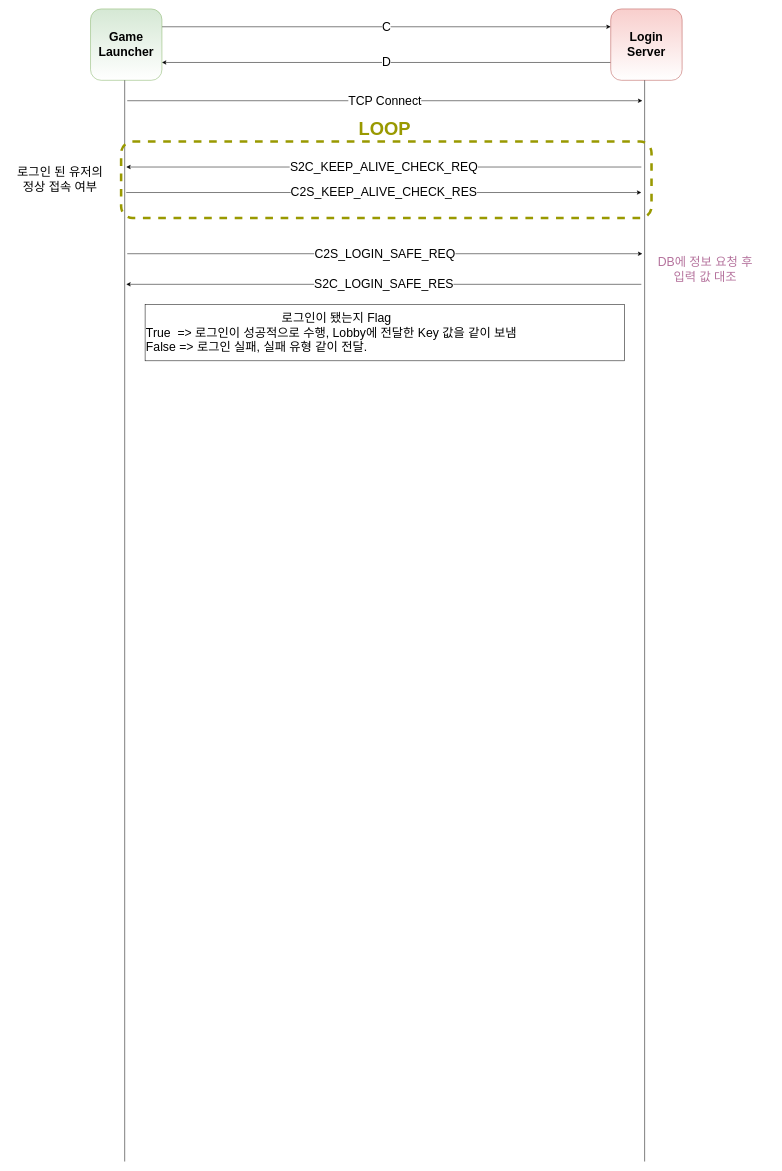
Earlier version of the draw.io diagram page "Login-Launcher(C,D)" (3 of 7) of Client_Server_Sequence.drawio (Donghyuks/DHServer). Source tidied: cells renumbered, new cells numbered last; positions are measured from the earlier drawing's top-left corner, leaving out a move shared by most shapes. Both pictures are drawn from the tidied source at 51%, with x=0, y=0 at pixel (9, 9).
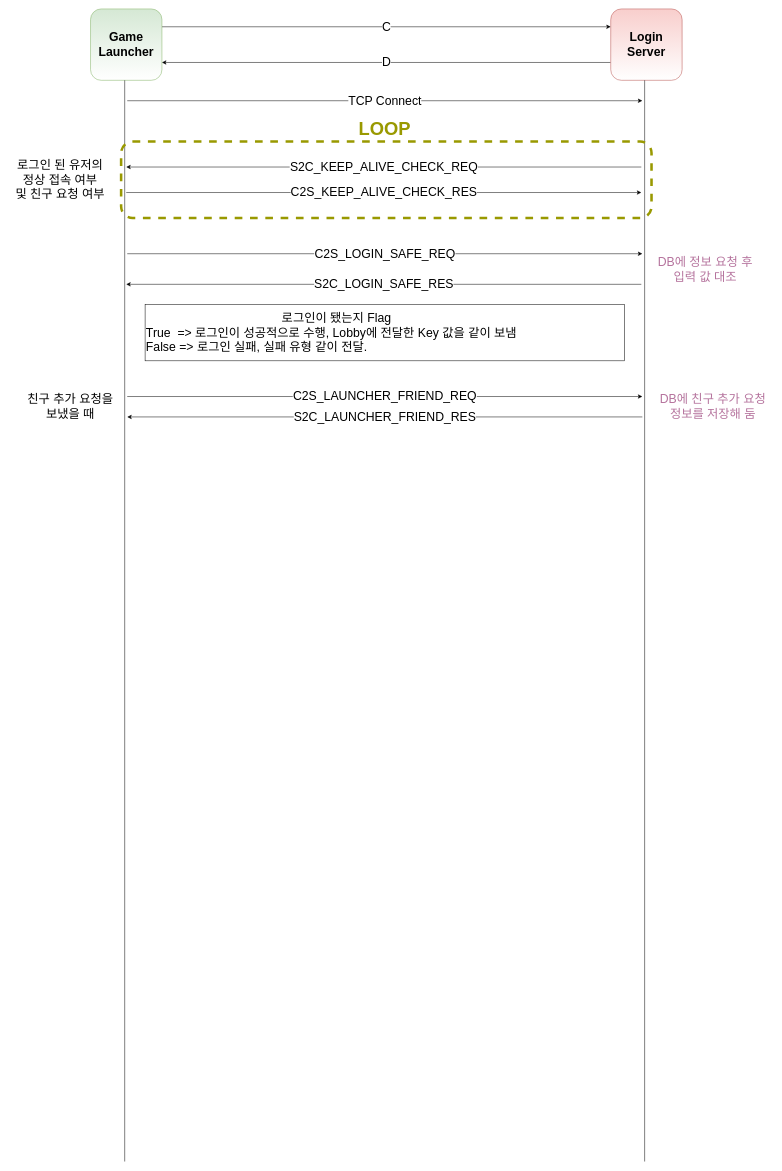
After the change.

What changed in the source:
```diff
@@
-    <mxCell id="17" value="로그인 된 유저의&lt;br&gt;정상 접속 여부" style="text;html=1;align=center;verticalAlign=middle;strokeColor=none;fillColor=none;fontSize=24;" parent="1" vertex="1">
-      <mxGeometry y="305" width="200" height="60" as="geometry" />
+    <mxCell id="17" value="로그인 된 유저의&lt;br&gt;정상 접속 여부&lt;br&gt;및 친구 요청 여부" style="text;html=1;align=center;verticalAlign=middle;strokeColor=none;fillColor=none;fontSize=24;" parent="1" vertex="1">
+      <mxGeometry y="290" width="200" height="90" as="geometry" />
     </mxCell>
+    <mxCell id="18" value="C2S_LAUNCHER_FRIEND_REQ" style="endArrow=classic;html=1;rounded=0;fontSize=24;" parent="1" edge="1">
+      <mxGeometry relative="1" as="geometry">
+        <mxPoint x="232" y="760" as="sourcePoint" />
+        <mxPoint x="1242" y="760" as="targetPoint" />
+      </mxGeometry>
+    </mxCell>
+    <mxCell id="19" value="S2C_LAUNCHER_FRIEND_RES" style="endArrow=classic;html=1;rounded=0;fontSize=24;" parent="1" edge="1">
+      <mxGeometry relative="1" as="geometry">
+        <mxPoint x="1242" y="800" as="sourcePoint" />
+        <mxPoint x="232" y="800" as="targetPoint" />
+      </mxGeometry>
+    </mxCell>
+    <mxCell id="20" value="친구 추가 요청을&lt;br&gt;보냈을 때" style="text;html=1;align=center;verticalAlign=middle;strokeColor=none;fillColor=none;fontSize=24;" parent="1" vertex="1">
+      <mxGeometry x="20" y="750" width="200" height="60" as="geometry" />
+    </mxCell>
+    <mxCell id="21" value="&lt;font color=&quot;#b5739d&quot;&gt;DB에 친구 추가 요청&lt;br&gt;정보를 저장해 둠&lt;br&gt;&lt;/font&gt;" style="text;html=1;align=center;verticalAlign=middle;strokeColor=none;fillColor=none;fontSize=24;" parent="1" vertex="1">
+      <mxGeometry x="1260" y="750" width="240" height="60" as="geometry" />
+    </mxCell>
```
